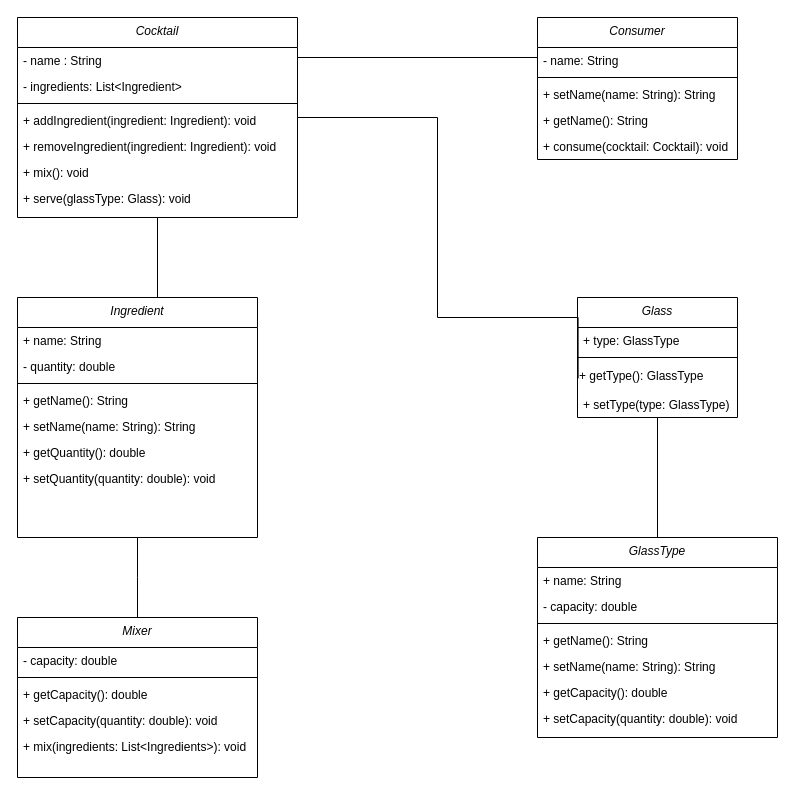
Earlier version of the draw.io diagram 01-05 ER, XML und Klassendiagramm/Aufgabe04/Aufgabe04.drawio (R4Tobi/modellierung). Source tidied: cells renumbered, new cells numbered last; positions are measured from the earlier drawing's top-left corner, leaving out a move shared by most shapes. Both pictures are drawn from the tidied source at 100%, with x=0, y=0 at pixel (17, 17).
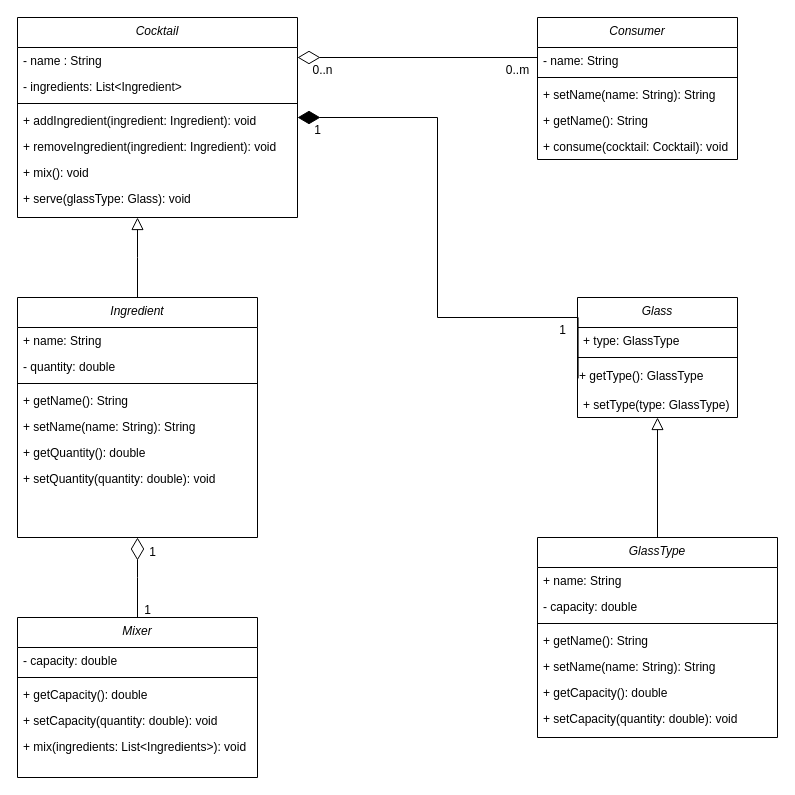
The same diagram, later.

Unchanged cells that the change refers to:
```xml
<mxCell id="4" value="Cocktail" style="swimlane;fontStyle=2;align=center;verticalAlign=top;horizontal=1;startSize=30;rounded=0;shadow=0;strokeWidth=1;" parent="1" vertex="1">
  <mxGeometry width="280" height="200" as="geometry" />
</mxCell>
<mxCell id="12" value="Ingredient" style="swimlane;fontStyle=2;align=center;verticalAlign=top;horizontal=1;startSize=30;rounded=0;shadow=0;strokeWidth=1;" parent="1" vertex="1">
  <mxGeometry y="280" width="240" height="240" as="geometry" />
</mxCell>
<mxCell id="21" value="Glass" style="swimlane;fontStyle=2;align=center;verticalAlign=top;horizontal=1;startSize=30;rounded=0;shadow=0;strokeWidth=1;" parent="1" vertex="1">
  <mxGeometry x="560" y="280" width="160" height="120" as="geometry" />
</mxCell>
<mxCell id="24" value="+ getType(): GlassType" style="text;html=1;align=left;verticalAlign=middle;points=[];strokeColor=none;fillColor=none;" parent="21" vertex="1">
  <mxGeometry y="64" width="160" height="30" as="geometry" />
</mxCell>
<mxCell id="27" value="- name: String" style="text;align=left;verticalAlign=top;spacingLeft=4;spacingRight=4;overflow=hidden;points=[[0,0.5],[1,0.5]];portConstraint=eastwest;" parent="26" vertex="1">
  <mxGeometry y="30" width="200" height="26" as="geometry" />
</mxCell>
<mxCell id="29" value="+ setName(name: String): String" style="text;align=left;verticalAlign=top;spacingLeft=4;spacingRight=4;overflow=hidden;points=[[0,0.5],[1,0.5]];portConstraint=eastwest;" parent="26" vertex="1">
  <mxGeometry y="64" width="200" height="26" as="geometry" />
</mxCell>
<mxCell id="33" value="Mixer" style="swimlane;fontStyle=2;align=center;verticalAlign=top;horizontal=1;startSize=30;rounded=0;shadow=0;strokeWidth=1;" parent="1" vertex="1">
  <mxGeometry y="600" width="240" height="160" as="geometry" />
</mxCell>
<mxCell id="39" value="GlassType" style="swimlane;fontStyle=2;align=center;verticalAlign=top;horizontal=1;startSize=30;rounded=0;shadow=0;strokeWidth=1;" parent="1" vertex="1">
  <mxGeometry x="520" y="520" width="240" height="200" as="geometry" />
</mxCell>
```

What changed in the source:
```diff
@@
-    <mxCell id="2" style="edgeStyle=orthogonalEdgeStyle;rounded=0;jettySize=auto;html=1;entryX=0.5;entryY=0;entryDx=0;entryDy=0;endArrow=none;endFill=0;" parent="1" edge="1" source="4" target="12">
+    <mxCell id="2" style="edgeStyle=orthogonalEdgeStyle;rounded=0;jettySize=auto;html=1;entryX=0.5;entryY=0;entryDx=0;entryDy=0;endArrow=none;endFill=0;startArrow=block;startFill=0;endSize=12;startSize=10;" parent="1" edge="1" source="4" target="12">
       <mxGeometry relative="1" as="geometry">
         <Array as="points">
-          <mxPoint x="140" y="280" />
+          <mxPoint x="120" y="240" />
+          <mxPoint x="120" y="240" />
         </Array>
       </mxGeometry>
     </mxCell>
-    <mxCell id="3" style="edgeStyle=orthogonalEdgeStyle;rounded=0;jettySize=auto;html=1;entryX=0;entryY=0.5;entryDx=0;entryDy=0;endArrow=none;endFill=0;" parent="1" edge="1" source="4" target="29">
+    <mxCell id="3" style="edgeStyle=orthogonalEdgeStyle;rounded=0;jettySize=auto;html=1;entryX=0;entryY=0.5;entryDx=0;entryDy=0;endArrow=none;endFill=0;startArrow=diamondThin;startFill=0;endSize=20;startSize=20;" parent="1" edge="1" source="4" target="27">
       <mxGeometry relative="1" as="geometry">
         <Array as="points">
           <mxPoint x="520" y="40" />
         </Array>
       </mxGeometry>
     </mxCell>
@@
-    <mxCell id="20" style="edgeStyle=orthogonalEdgeStyle;rounded=0;jettySize=auto;html=1;entryX=0.5;entryY=0;entryDx=0;entryDy=0;endArrow=none;endFill=0;" parent="1" edge="1" source="21" target="39">
+    <mxCell id="20" style="edgeStyle=orthogonalEdgeStyle;rounded=0;jettySize=auto;html=1;entryX=0.5;entryY=0;entryDx=0;entryDy=0;endArrow=none;endFill=0;startArrow=block;startFill=0;startSize=10;" parent="1" edge="1" source="21" target="39">
       <mxGeometry relative="1" as="geometry" />
     </mxCell>
@@
-    <mxCell id="32" style="edgeStyle=orthogonalEdgeStyle;rounded=0;jettySize=auto;html=1;entryX=0.5;entryY=1;entryDx=0;entryDy=0;endArrow=none;endFill=0;" parent="1" edge="1" source="33" target="12">
+    <mxCell id="32" style="edgeStyle=orthogonalEdgeStyle;rounded=0;jettySize=auto;html=1;entryX=0.5;entryY=1;entryDx=0;entryDy=0;endArrow=diamondThin;endFill=0;startArrow=none;startFill=0;endSize=20;" parent="1" edge="1" source="33" target="12">
       <mxGeometry relative="1" as="geometry">
         <Array as="points">
           <mxPoint x="120" y="560" />
           <mxPoint x="120" y="560" />
         </Array>
       </mxGeometry>
     </mxCell>
@@
-    <mxCell id="47" style="edgeStyle=orthogonalEdgeStyle;rounded=0;jettySize=auto;html=1;entryX=0.004;entryY=0.564;entryDx=0;entryDy=0;entryPerimeter=0;endArrow=none;endFill=0;" parent="1" edge="1" source="4" target="24">
+    <mxCell id="47" style="edgeStyle=orthogonalEdgeStyle;rounded=0;jettySize=auto;html=1;entryX=0.004;entryY=0.564;entryDx=0;entryDy=0;entryPerimeter=0;endArrow=none;endFill=0;startArrow=diamondThin;startFill=1;endSize=20;startSize=20;" parent="1" edge="1" source="4" target="24">
       <mxGeometry relative="1" as="geometry">
         <Array as="points">
           <mxPoint x="420" y="100" />
           <mxPoint x="420" y="300" />
           <mxPoint x="561" y="300" />
         </Array>
       </mxGeometry>
     </mxCell>
+    <mxCell id="48" value="0..n" style="text;html=1;align=center;verticalAlign=middle;strokeColor=none;fillColor=none;" parent="1" vertex="1">
+      <mxGeometry x="285" y="38" width="40" height="30" as="geometry" />
+    </mxCell>
+    <mxCell id="49" value="0..m" style="text;html=1;align=center;verticalAlign=middle;strokeColor=none;fillColor=none;" parent="1" vertex="1">
+      <mxGeometry x="475" y="38" width="50" height="30" as="geometry" />
+    </mxCell>
+    <mxCell id="50" value="1" style="text;html=1;align=center;verticalAlign=middle;strokeColor=none;fillColor=none;" parent="1" vertex="1">
+      <mxGeometry x="285" y="98" width="30" height="30" as="geometry" />
+    </mxCell>
+    <mxCell id="51" value="1" style="text;html=1;align=center;verticalAlign=middle;strokeColor=none;fillColor=none;" parent="1" vertex="1">
+      <mxGeometry x="530" y="298" width="30" height="30" as="geometry" />
+    </mxCell>
+    <mxCell id="52" value="1" style="text;html=1;align=center;verticalAlign=middle;strokeColor=none;fillColor=none;" parent="1" vertex="1">
+      <mxGeometry x="120" y="520" width="30" height="30" as="geometry" />
+    </mxCell>
+    <mxCell id="53" value="1" style="text;html=1;align=center;verticalAlign=middle;strokeColor=none;fillColor=none;" parent="1" vertex="1">
+      <mxGeometry x="115" y="578" width="30" height="30" as="geometry" />
+    </mxCell>
```
